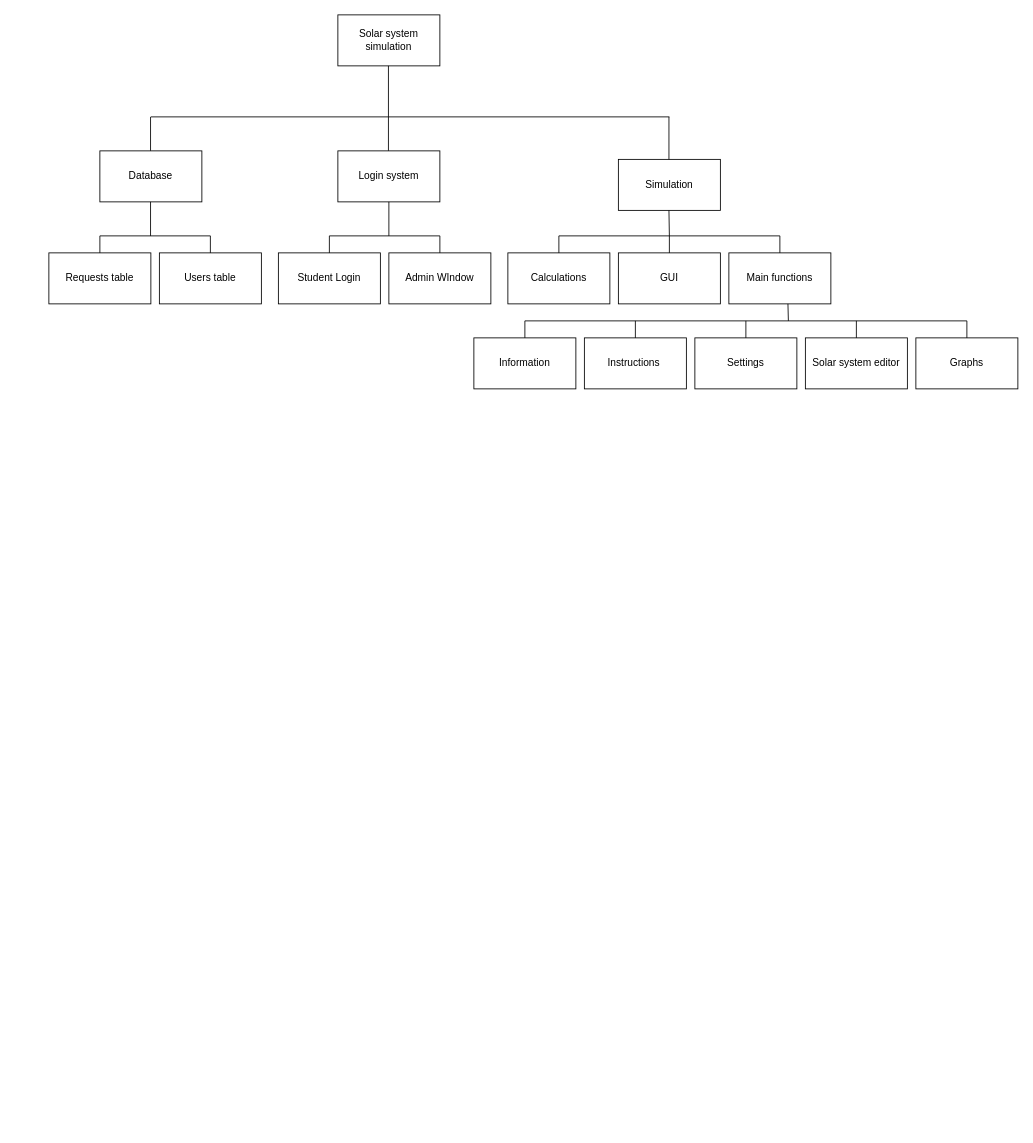
Qaim0/CS_Project1 keeps this draw.io diagram as Untitled Diagram.drawio. Above is the earlier version. Source tidied: cells renumbered, new cells numbered last; positions are measured from the earlier drawing's top-left corner, leaving out a move shared by most shapes. Both pictures are drawn from the tidied source at 85%, with x=0, y=0 at pixel (48, 14).
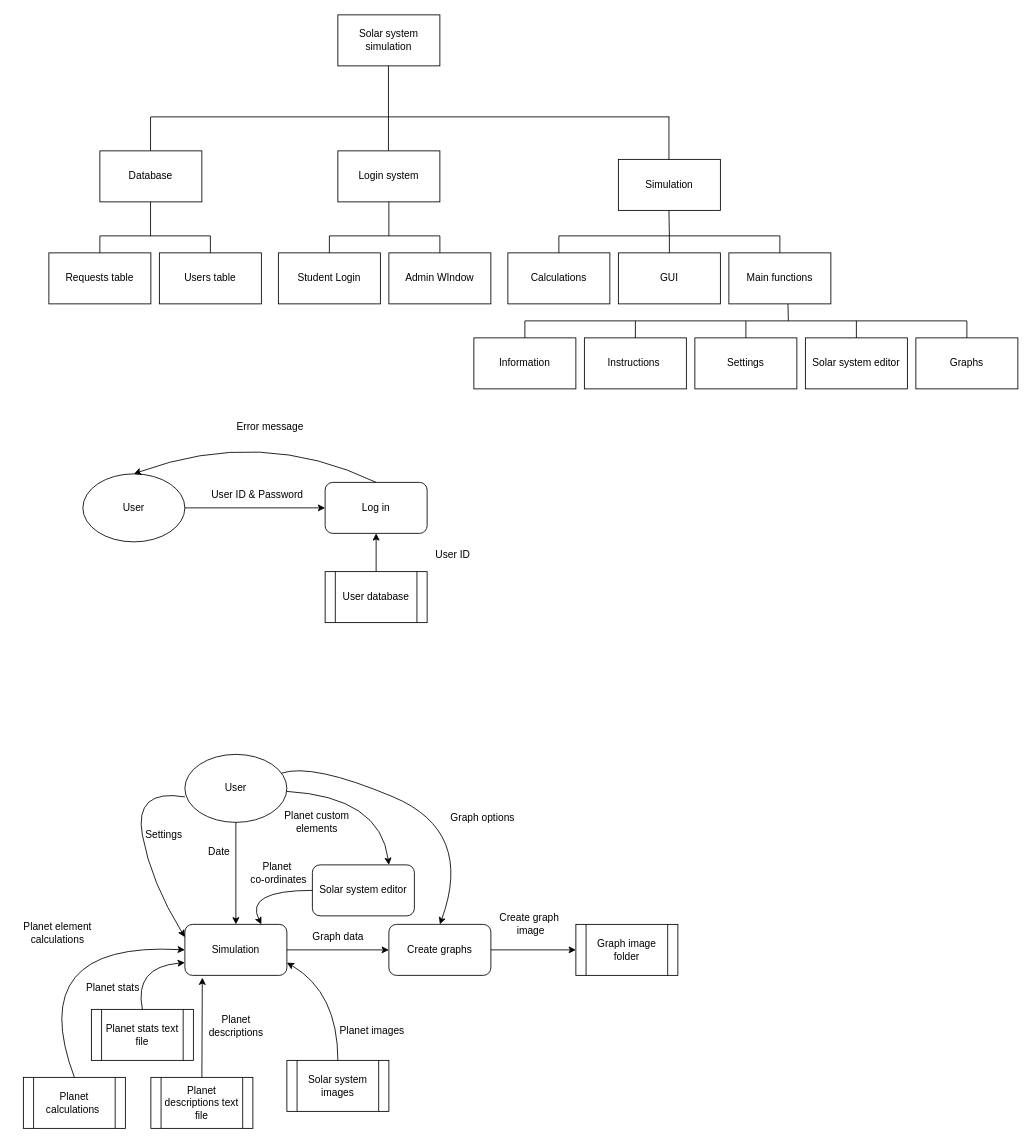
Above is the later version.

Commit message:
ADDED DATA FLOWS

Diff of the diagram source:
```diff
@@
+    <mxCell id="43" value="User" style="ellipse;whiteSpace=wrap;html=1;" parent="1" vertex="1">
+      <mxGeometry x="40" y="540" width="120" height="80" as="geometry" />
+    </mxCell>
+    <mxCell id="44" value="Log in" style="rounded=1;whiteSpace=wrap;html=1;" parent="1" vertex="1">
+      <mxGeometry x="325" y="550" width="120" height="60" as="geometry" />
+    </mxCell>
+    <mxCell id="45" style="endArrow=classic;html=1;rounded=0;exitX=1;exitY=0.5;exitDx=0;exitDy=0;entryX=0;entryY=0.5;entryDx=0;entryDy=0;" parent="1" edge="1" source="43" target="44">
+      <mxGeometry relative="1" as="geometry" />
+    </mxCell>
+    <mxCell id="46" value="User ID" style="text;html=1;align=center;verticalAlign=middle;strokeColor=none;fillColor=none;" parent="1" vertex="1">
+      <mxGeometry x="445" y="620" width="60" height="30" as="geometry" />
+    </mxCell>
+    <mxCell id="47" value="User database" style="shape=process;whiteSpace=wrap;html=1;backgroundOutline=1;" parent="1" vertex="1">
+      <mxGeometry x="325" y="655" width="120" height="60" as="geometry" />
+    </mxCell>
+    <mxCell id="48" style="endArrow=classic;html=1;rounded=0;exitX=0.5;exitY=0;exitDx=0;exitDy=0;entryX=0.5;entryY=1;entryDx=0;entryDy=0;" parent="1" edge="1" source="47" target="44">
+      <mxGeometry relative="1" as="geometry" />
+    </mxCell>
+    <mxCell id="49" value="User ID &amp;amp; Password" style="text;html=1;align=center;verticalAlign=middle;strokeColor=none;fillColor=none;" parent="1" vertex="1">
+      <mxGeometry x="180" y="550" width="130" height="30" as="geometry" />
+    </mxCell>
+    <mxCell id="50" value="Error message" style="text;html=1;align=center;verticalAlign=middle;strokeColor=none;fillColor=none;" parent="1" vertex="1">
+      <mxGeometry x="210" y="470" width="100" height="30" as="geometry" />
+    </mxCell>
+    <mxCell id="51" value="User" style="ellipse;whiteSpace=wrap;html=1;" parent="1" vertex="1">
+      <mxGeometry x="160" y="870" width="120" height="80" as="geometry" />
+    </mxCell>
+    <mxCell id="52" value="Simulation" style="rounded=1;whiteSpace=wrap;html=1;" parent="1" vertex="1">
+      <mxGeometry x="160" y="1070" width="120" height="60" as="geometry" />
+    </mxCell>
+    <mxCell id="53" value="Planet stats text file" style="shape=process;whiteSpace=wrap;html=1;backgroundOutline=1;" parent="1" vertex="1">
+      <mxGeometry x="50" y="1170" width="120" height="60" as="geometry" />
+    </mxCell>
+    <mxCell id="54" value="Planet descriptions text file" style="shape=process;whiteSpace=wrap;html=1;backgroundOutline=1;" parent="1" vertex="1">
+      <mxGeometry x="120" y="1250" width="120" height="60" as="geometry" />
+    </mxCell>
+    <mxCell id="55" value="Planet calculations&amp;nbsp;" style="shape=process;whiteSpace=wrap;html=1;backgroundOutline=1;" parent="1" vertex="1">
+      <mxGeometry x="-30" y="1250" width="120" height="60" as="geometry" />
+    </mxCell>
+    <mxCell id="56" value="Solar system editor" style="rounded=1;whiteSpace=wrap;html=1;" parent="1" vertex="1">
+      <mxGeometry x="310" y="1000" width="120" height="60" as="geometry" />
+    </mxCell>
+    <mxCell id="57" value="Create graphs" style="rounded=1;whiteSpace=wrap;html=1;" parent="1" vertex="1">
+      <mxGeometry x="400" y="1070" width="120" height="60" as="geometry" />
+    </mxCell>
+    <mxCell id="58" style="endArrow=classic;html=1;rounded=0;exitX=0.5;exitY=1;exitDx=0;exitDy=0;entryX=0.5;entryY=0;entryDx=0;entryDy=0;" parent="1" edge="1" source="51" target="52">
+      <mxGeometry relative="1" as="geometry" />
+    </mxCell>
+    <mxCell id="59" style="curved=1;endArrow=classic;html=1;rounded=0;entryX=0.75;entryY=0;entryDx=0;entryDy=0;" parent="1" edge="1" source="51" target="56">
+      <mxGeometry relative="1" as="geometry">
+        <Array as="points">
+          <mxPoint x="390" y="920" />
+        </Array>
+      </mxGeometry>
+    </mxCell>
+    <mxCell id="60" value="Date" style="text;html=1;align=center;verticalAlign=middle;strokeColor=none;fillColor=none;" parent="1" vertex="1">
+      <mxGeometry x="175" y="970" width="50" height="30" as="geometry" />
+    </mxCell>
+    <mxCell id="61" value="Planet custom &lt;br&gt;elements" style="text;html=1;align=center;verticalAlign=middle;strokeColor=none;fillColor=none;" parent="1" vertex="1">
+      <mxGeometry x="265" y="930" width="100" height="40" as="geometry" />
+    </mxCell>
+    <mxCell id="62" value="Graph options" style="text;html=1;align=center;verticalAlign=middle;strokeColor=none;fillColor=none;" parent="1" vertex="1">
+      <mxGeometry x="460" y="930" width="100" height="30" as="geometry" />
+    </mxCell>
+    <mxCell id="63" style="curved=1;endArrow=classic;html=1;rounded=0;entryX=0;entryY=0.25;entryDx=0;entryDy=0;" parent="1" edge="1" target="52">
+      <mxGeometry relative="1" as="geometry">
+        <mxPoint x="160" y="920" as="sourcePoint" />
+        <Array as="points">
+          <mxPoint x="100" y="910" />
+          <mxPoint x="120" y="1020" />
+        </Array>
+      </mxGeometry>
+    </mxCell>
+    <mxCell id="64" value="Settings" style="text;html=1;align=center;verticalAlign=middle;strokeColor=none;fillColor=none;" parent="1" vertex="1">
+      <mxGeometry x="100" y="950" width="70" height="30" as="geometry" />
+    </mxCell>
+    <mxCell id="65" style="curved=1;endArrow=classic;html=1;rounded=0;exitX=0.5;exitY=0;exitDx=0;exitDy=0;entryX=0.5;entryY=0;entryDx=0;entryDy=0;" parent="1" edge="1" source="44" target="43">
+      <mxGeometry relative="1" as="geometry">
+        <Array as="points">
+          <mxPoint x="250" y="485" />
+        </Array>
+      </mxGeometry>
+    </mxCell>
+    <mxCell id="66" style="endArrow=classic;html=1;rounded=0;exitX=1;exitY=0.5;exitDx=0;exitDy=0;entryX=0;entryY=0.5;entryDx=0;entryDy=0;" parent="1" edge="1" source="52" target="57">
+      <mxGeometry relative="1" as="geometry" />
+    </mxCell>
+    <mxCell id="67" style="curved=1;endArrow=classic;html=1;rounded=0;exitX=0.5;exitY=0;exitDx=0;exitDy=0;entryX=0;entryY=0.5;entryDx=0;entryDy=0;" parent="1" edge="1" source="55" target="52">
+      <mxGeometry relative="1" as="geometry">
+        <Array as="points">
+          <mxPoint x="-30" y="1090" />
+        </Array>
+      </mxGeometry>
+    </mxCell>
+    <mxCell id="68" style="curved=1;endArrow=classic;html=1;rounded=0;exitX=0.5;exitY=0;exitDx=0;exitDy=0;entryX=0;entryY=0.75;entryDx=0;entryDy=0;" parent="1" edge="1" source="53" target="52">
+      <mxGeometry relative="1" as="geometry">
+        <Array as="points">
+          <mxPoint x="100" y="1120" />
+        </Array>
+      </mxGeometry>
+    </mxCell>
+    <mxCell id="69" style="endArrow=classic;html=1;rounded=0;exitX=0.5;exitY=0;exitDx=0;exitDy=0;entryX=0.171;entryY=1.045;entryDx=0;entryDy=0;entryPerimeter=0;" parent="1" edge="1" source="54" target="52">
+      <mxGeometry relative="1" as="geometry" />
+    </mxCell>
+    <mxCell id="70" value="Planet element &lt;br&gt;calculations&lt;br&gt;" style="text;html=1;align=center;verticalAlign=middle;strokeColor=none;fillColor=none;" parent="1" vertex="1">
+      <mxGeometry x="-40" y="1060" width="100" height="40" as="geometry" />
+    </mxCell>
+    <mxCell id="71" value="Planet &lt;br&gt;descriptions" style="text;html=1;align=center;verticalAlign=middle;strokeColor=none;fillColor=none;" parent="1" vertex="1">
+      <mxGeometry x="175" y="1170" width="90" height="40" as="geometry" />
+    </mxCell>
+    <mxCell id="72" value="Planet stats" style="text;html=1;align=center;verticalAlign=middle;strokeColor=none;fillColor=none;" parent="1" vertex="1">
+      <mxGeometry x="30" y="1130" width="90" height="30" as="geometry" />
+    </mxCell>
+    <mxCell id="73" style="curved=1;endArrow=classic;html=1;rounded=0;entryX=0.5;entryY=0;entryDx=0;entryDy=0;" parent="1" edge="1" source="51" target="57">
+      <mxGeometry relative="1" as="geometry">
+        <Array as="points">
+          <mxPoint x="310" y="880" />
+          <mxPoint x="500" y="960" />
+        </Array>
+      </mxGeometry>
+    </mxCell>
+    <mxCell id="74" value="Graph data" style="text;html=1;align=center;verticalAlign=middle;strokeColor=none;fillColor=none;" parent="1" vertex="1">
+      <mxGeometry x="300" y="1070" width="80" height="30" as="geometry" />
+    </mxCell>
+    <mxCell id="75" style="curved=1;endArrow=classic;html=1;rounded=0;exitX=0;exitY=0.5;exitDx=0;exitDy=0;entryX=0.75;entryY=0;entryDx=0;entryDy=0;" parent="1" edge="1" source="56" target="52">
+      <mxGeometry relative="1" as="geometry">
+        <Array as="points">
+          <mxPoint x="230" y="1030" />
+        </Array>
+      </mxGeometry>
+    </mxCell>
+    <mxCell id="76" value="Planet&amp;nbsp;&lt;br&gt;co-ordinates" style="text;html=1;align=center;verticalAlign=middle;strokeColor=none;fillColor=none;" parent="1" vertex="1">
+      <mxGeometry x="225" y="990" width="90" height="40" as="geometry" />
+    </mxCell>
+    <mxCell id="77" style="endArrow=classic;html=1;rounded=0;exitX=1;exitY=0.5;exitDx=0;exitDy=0;entryX=0;entryY=0.5;entryDx=0;entryDy=0;" parent="1" edge="1" source="57">
+      <mxGeometry relative="1" as="geometry">
+        <mxPoint x="620" y="1100" as="targetPoint" />
+      </mxGeometry>
+    </mxCell>
+    <mxCell id="78" value="Graph image folder" style="shape=process;whiteSpace=wrap;html=1;backgroundOutline=1;" parent="1" vertex="1">
+      <mxGeometry x="620" y="1070" width="120" height="60" as="geometry" />
+    </mxCell>
+    <mxCell id="79" value="Create graph&lt;br&gt;&amp;nbsp;image" style="text;html=1;align=center;verticalAlign=middle;strokeColor=none;fillColor=none;" parent="1" vertex="1">
+      <mxGeometry x="520" y="1050" width="90" height="40" as="geometry" />
+    </mxCell>
+    <mxCell id="80" value="Solar system images" style="shape=process;whiteSpace=wrap;html=1;backgroundOutline=1;" parent="1" vertex="1">
+      <mxGeometry x="280" y="1230" width="120" height="60" as="geometry" />
+    </mxCell>
+    <mxCell id="81" style="curved=1;endArrow=classic;html=1;rounded=0;exitX=0.5;exitY=0;exitDx=0;exitDy=0;entryX=1;entryY=0.75;entryDx=0;entryDy=0;" parent="1" edge="1" source="80" target="52">
+      <mxGeometry relative="1" as="geometry">
+        <Array as="points">
+          <mxPoint x="340" y="1150" />
+        </Array>
+      </mxGeometry>
+    </mxCell>
+    <mxCell id="82" value="Planet images" style="text;html=1;align=center;verticalAlign=middle;strokeColor=none;fillColor=none;" parent="1" vertex="1">
+      <mxGeometry x="330" y="1180" width="100" height="30" as="geometry" />
+    </mxCell>
```
